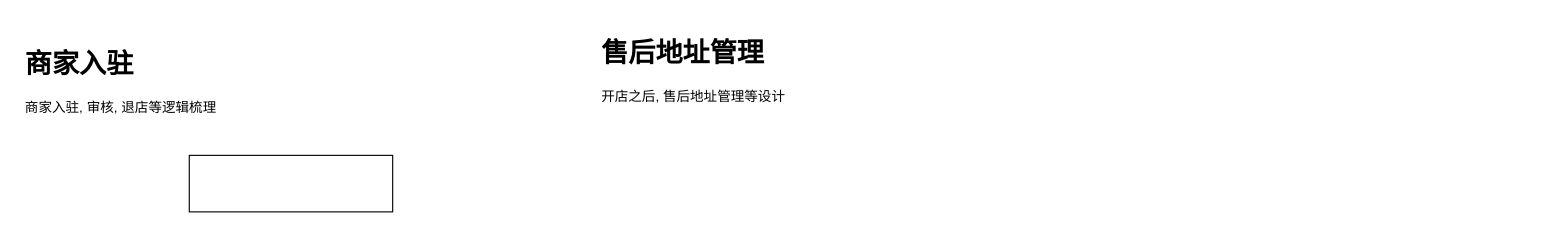
Earlier version of the draw.io diagram space1/流程设计草稿.drawio (naccoit/drawio). Source tidied: cells renumbered, new cells numbered last; positions are measured from the earlier drawing's top-left corner, leaving out a move shared by most shapes. Both pictures are drawn from the tidied source at 113%, with x=0, y=0 at pixel (19, 31).
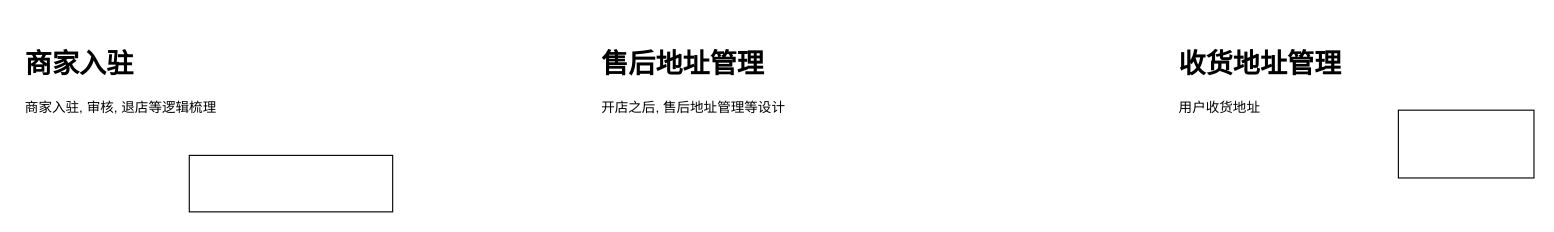
The same diagram, later.

Commit message:
更新流程设计草稿.drawio

What changed in the source:
```diff
@@
 <mxGraphModel>
   <root>
     <mxCell id="0" />
     <mxCell id="1" parent="0" />
     <mxCell id="2" style="rounded=0;whiteSpace=wrap;html=1;" parent="1" vertex="1">
       <mxGeometry x="150" y="110" width="180" height="50" as="geometry" />
     </mxCell>
     <mxCell id="3" value="&lt;h1&gt;商家入驻&lt;/h1&gt;&lt;div&gt;商家入驻, 审核, 退店等逻辑梳理&lt;/div&gt;" style="text;html=1;strokeColor=none;fillColor=none;spacing=5;spacingTop=-20;whiteSpace=wrap;overflow=hidden;rounded=0;" parent="1" vertex="1">
       <mxGeometry y="10" width="190" height="120" as="geometry" />
     </mxCell>
     <mxCell id="4" value="&lt;h1&gt;售后地址管理&lt;/h1&gt;&lt;div&gt;开店之后, 售后地址管理等设计&lt;/div&gt;" style="text;html=1;strokeColor=none;fillColor=none;spacing=5;spacingTop=-20;whiteSpace=wrap;overflow=hidden;rounded=0;" parent="1" vertex="1">
-      <mxGeometry x="510" width="190" height="120" as="geometry" />
+      <mxGeometry x="510" y="10" width="190" height="120" as="geometry" />
     </mxCell>
+    <mxCell id="5" value="&lt;h1&gt;收货地址管理&lt;/h1&gt;&lt;div&gt;用户收货地址&lt;/div&gt;" style="text;html=1;strokeColor=none;fillColor=none;spacing=5;spacingTop=-20;whiteSpace=wrap;overflow=hidden;rounded=0;" parent="1" vertex="1">
+      <mxGeometry x="1021" y="10" width="190" height="120" as="geometry" />
+    </mxCell>
+    <mxCell id="6" style="rounded=0;whiteSpace=wrap;html=1;" parent="1" vertex="1">
+      <mxGeometry x="1220" y="70" width="120" height="60" as="geometry" />
+    </mxCell>
   </root>
 </mxGraphModel>
```
